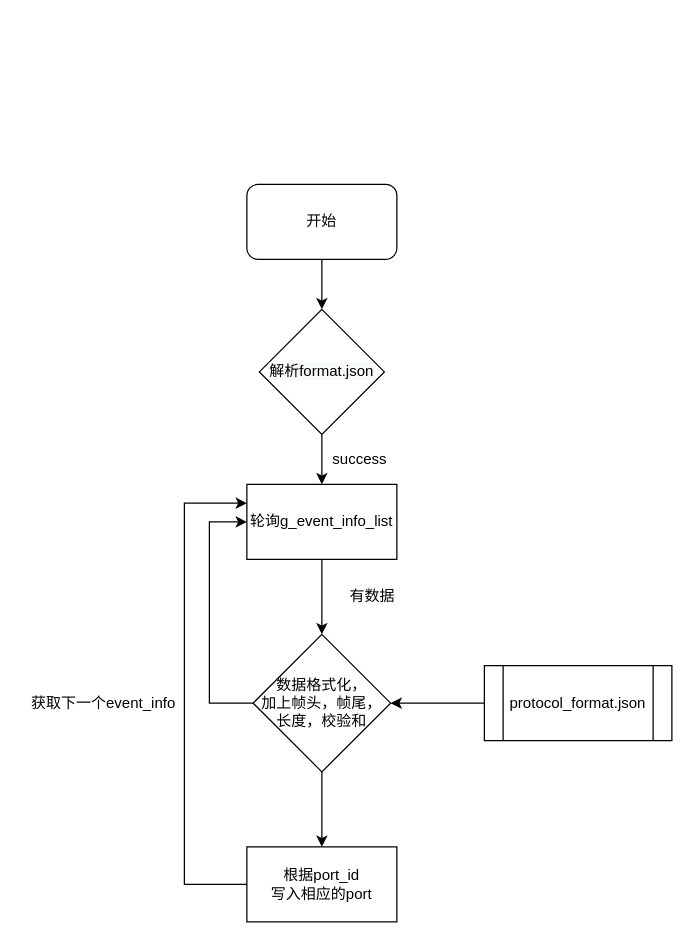
Before: iservice2.0-下行逻辑.drawio in zhangmeizhen/test2, a draw.io diagram. Source tidied: cells renumbered, new cells numbered last; positions are measured from the earlier drawing's top-left corner, leaving out a move shared by most shapes. Both pictures are drawn from the tidied source at 125%, with x=0, y=0 at pixel (21, 184).
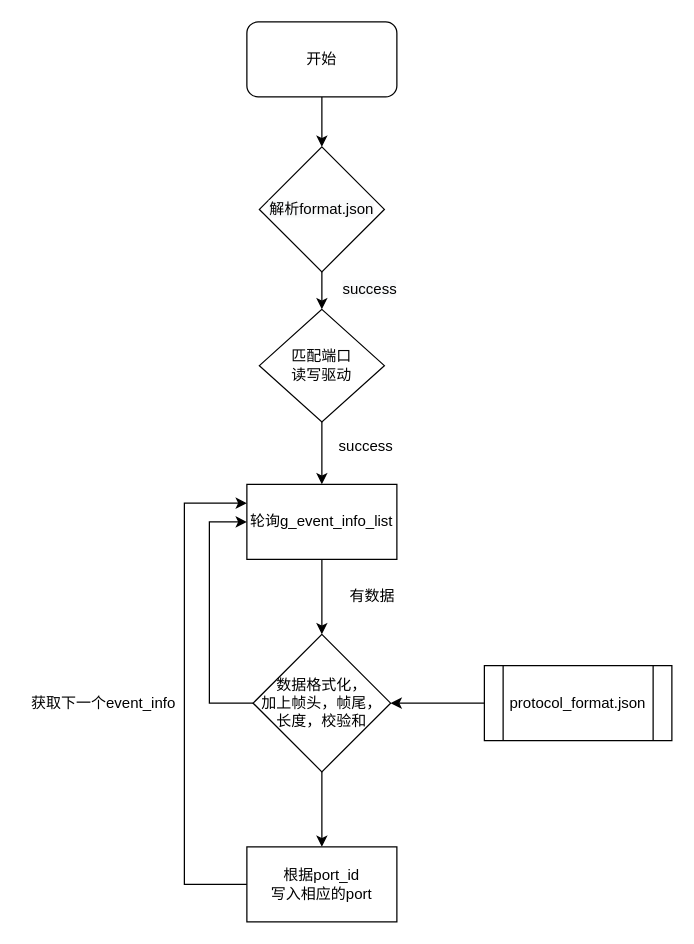
The same diagram, later.

The change refers to these unchanged cells:
```xml
<mxCell id="7" value="轮询g_event_info_list" style="rounded=0;whiteSpace=wrap;html=1;" parent="1" vertex="1">
  <mxGeometry x="180" y="240" width="120" height="60" as="geometry" />
</mxCell>
```

Change to the diagram source:
```diff
@@
     <mxCell id="3" value="开始" style="rounded=1;whiteSpace=wrap;html=1;" parent="1" vertex="1">
-      <mxGeometry x="180" width="120" height="60" as="geometry" />
+      <mxGeometry x="180" y="-130" width="120" height="60" as="geometry" />
     </mxCell>
-    <mxCell id="4" style="edgeStyle=orthogonalEdgeStyle;rounded=0;jettySize=auto;html=1;" parent="1" edge="1" source="5" target="7">
-      <mxGeometry relative="1" as="geometry" />
-    </mxCell>
+    <mxCell id="18" style="edgeStyle=orthogonalEdgeStyle;rounded=0;jettySize=auto;html=1;entryX=0.5;entryY=0;entryDx=0;entryDy=0;" parent="1" edge="1" source="5" target="20">
+      <mxGeometry relative="1" as="geometry" />
+    </mxCell>
     <mxCell id="5" value="&#10;&#10;&lt;span style=&quot;color: rgb(0, 0, 0); font-family: helvetica; font-size: 12px; font-style: normal; font-weight: 400; letter-spacing: normal; text-align: center; text-indent: 0px; text-transform: none; word-spacing: 0px; background-color: rgb(248, 249, 250); display: inline; float: none;&quot;&gt;解析format.json&lt;/span&gt;&#10;&#10;" style="rhombus;whiteSpace=wrap;html=1;" parent="1" vertex="1">
-      <mxGeometry x="190" y="100" width="100" height="100" as="geometry" />
+      <mxGeometry x="190" y="-30" width="100" height="100" as="geometry" />
     </mxCell>
@@
     <mxCell id="8" value="success" style="text;html=1;align=center;verticalAlign=middle;strokeColor=none;" parent="1" vertex="1">
-      <mxGeometry x="240" y="210" width="60" height="20" as="geometry" />
+      <mxGeometry x="245" y="200" width="60" height="20" as="geometry" />
     </mxCell>
@@
+    <mxCell id="19" style="edgeStyle=orthogonalEdgeStyle;rounded=0;jettySize=auto;html=1;entryX=0.5;entryY=0;entryDx=0;entryDy=0;" parent="1" edge="1" source="20" target="7">
+      <mxGeometry relative="1" as="geometry" />
+    </mxCell>
+    <mxCell id="20" value="匹配端口&lt;br&gt;读写驱动" style="rhombus;whiteSpace=wrap;html=1;" parent="1" vertex="1">
+      <mxGeometry x="190" y="100" width="100" height="90" as="geometry" />
+    </mxCell>
+    <mxCell id="21" value="&lt;span style=&quot;color: rgb(0, 0, 0); font-family: helvetica; font-size: 12px; font-style: normal; font-weight: 400; letter-spacing: normal; text-align: center; text-indent: 0px; text-transform: none; word-spacing: 0px; background-color: rgb(248, 249, 250); display: inline; float: none;&quot;&gt;success&lt;/span&gt;" style="text;whiteSpace=wrap;html=1;" parent="1" vertex="1">
+      <mxGeometry x="255" y="70" width="70" height="30" as="geometry" />
+    </mxCell>
```
